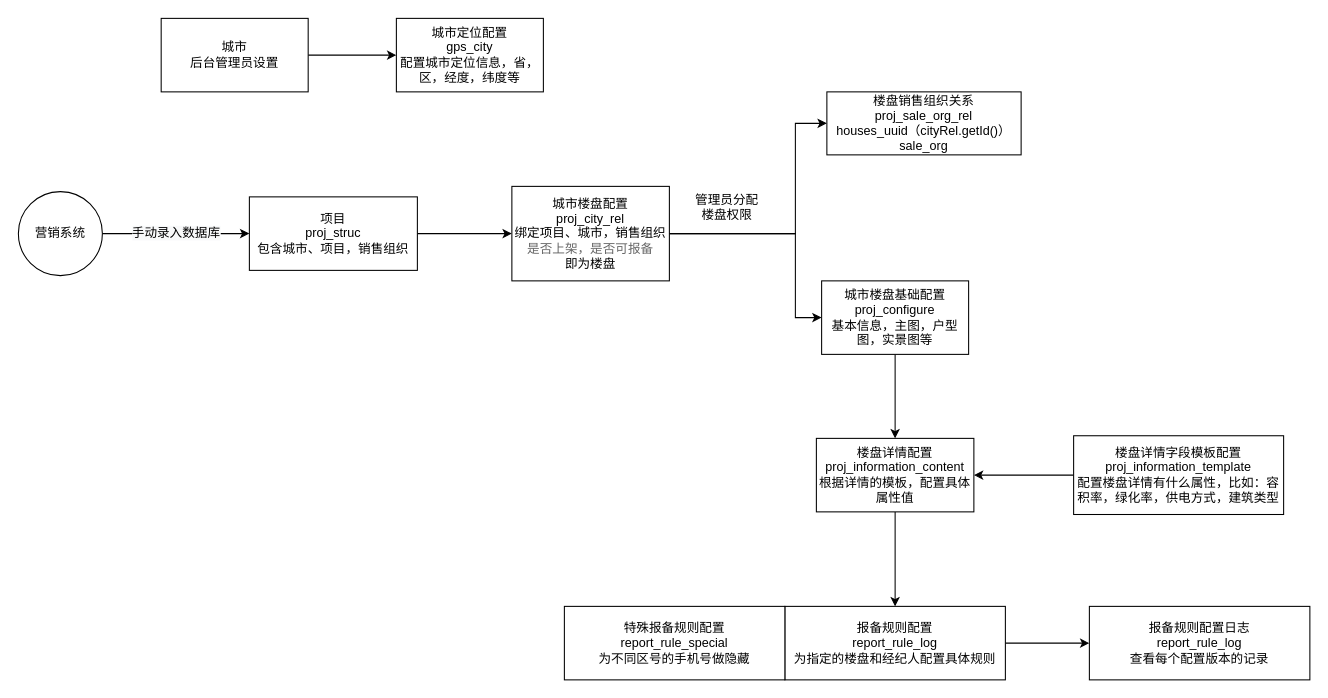
The draw.io diagram 全民营销.drawio in juesuchen/diagrams, before the edit. Source tidied: cells renumbered, new cells numbered last; positions are measured from the earlier drawing's top-left corner, leaving out a move shared by most shapes. Both pictures are drawn from the tidied source at 105%, with x=0, y=0 at pixel (18, 18).
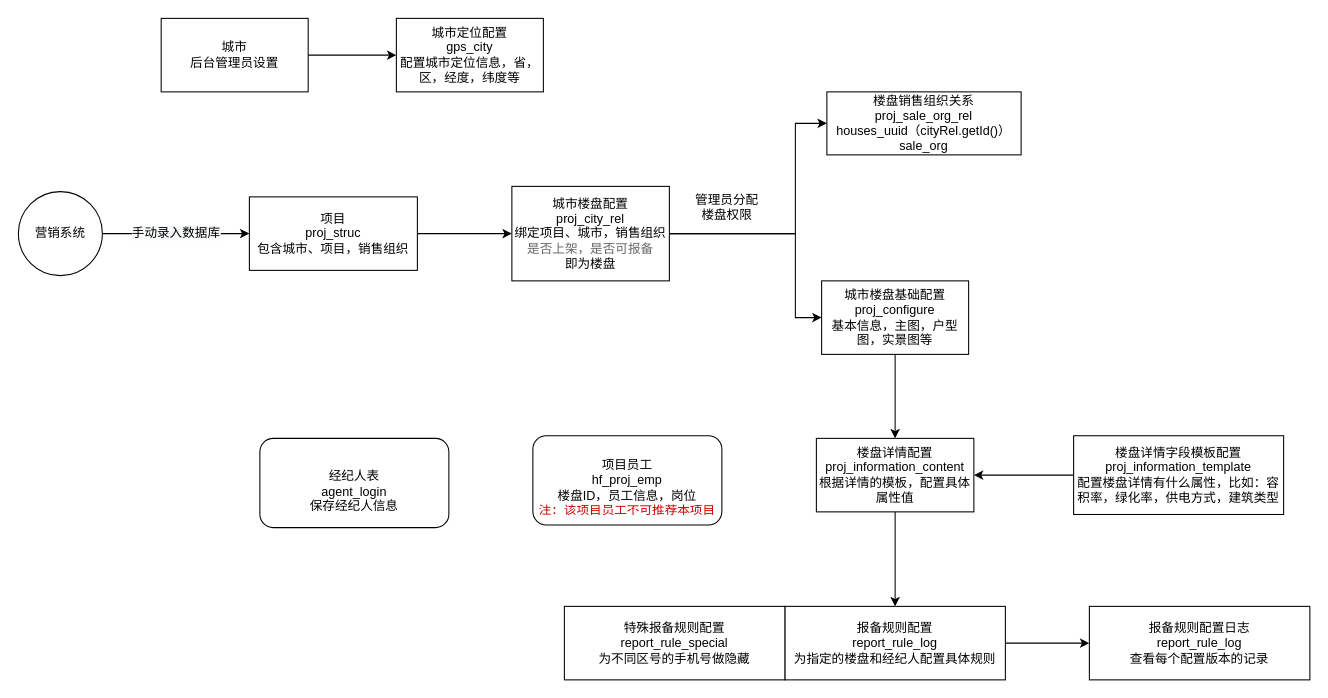
Above is the later version.

Commit message:
更新全民营销.drawio

The edit, as a diff of the source:
```diff
@@
+    <mxCell id="24" value="&lt;br&gt;项目员工&lt;br&gt;hf_proj_emp&lt;br&gt;楼盘ID，员工信息，岗位&lt;br&gt;&lt;font color=&quot;#cc0000&quot;&gt;注：该项目员工不可推荐本项目&lt;/font&gt;" style="rounded=1;whiteSpace=wrap;html=1;" parent="1" vertex="1">
+      <mxGeometry x="490" y="397.5" width="180" height="85" as="geometry" />
+    </mxCell>
+    <mxCell id="25" value="&lt;br&gt;经纪人表&lt;br&gt;agent_login&lt;br&gt;保存经纪人信息" style="rounded=1;whiteSpace=wrap;html=1;" parent="1" vertex="1">
+      <mxGeometry x="230" y="400" width="180" height="85" as="geometry" />
+    </mxCell>
```
